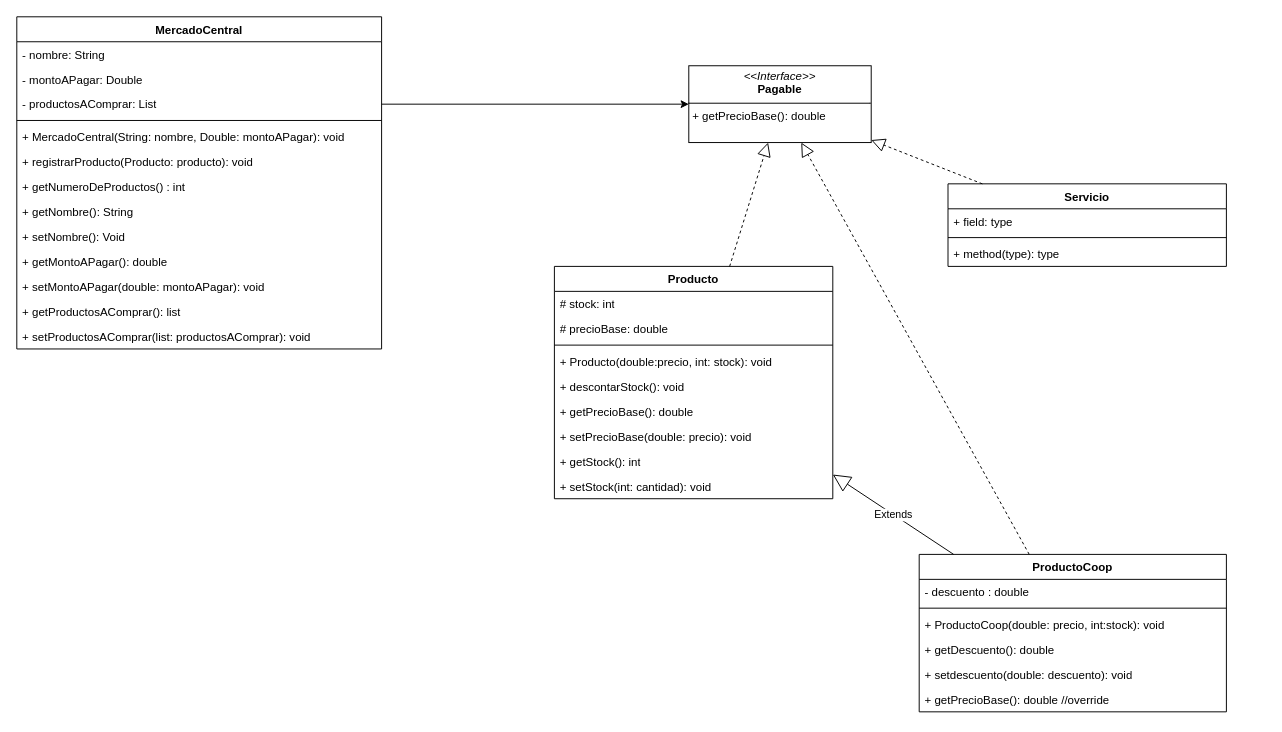
Rodriexze/unqui-po2-ojeda keeps this draw.io diagram as src/tp5/Tp5-UML.drawio. Above is the earlier version. Source tidied: cells renumbered, new cells numbered last; positions are measured from the earlier drawing's top-left corner, leaving out a move shared by most shapes. Both pictures are drawn from the tidied source at 96%, with x=0, y=0 at pixel (16, 16).
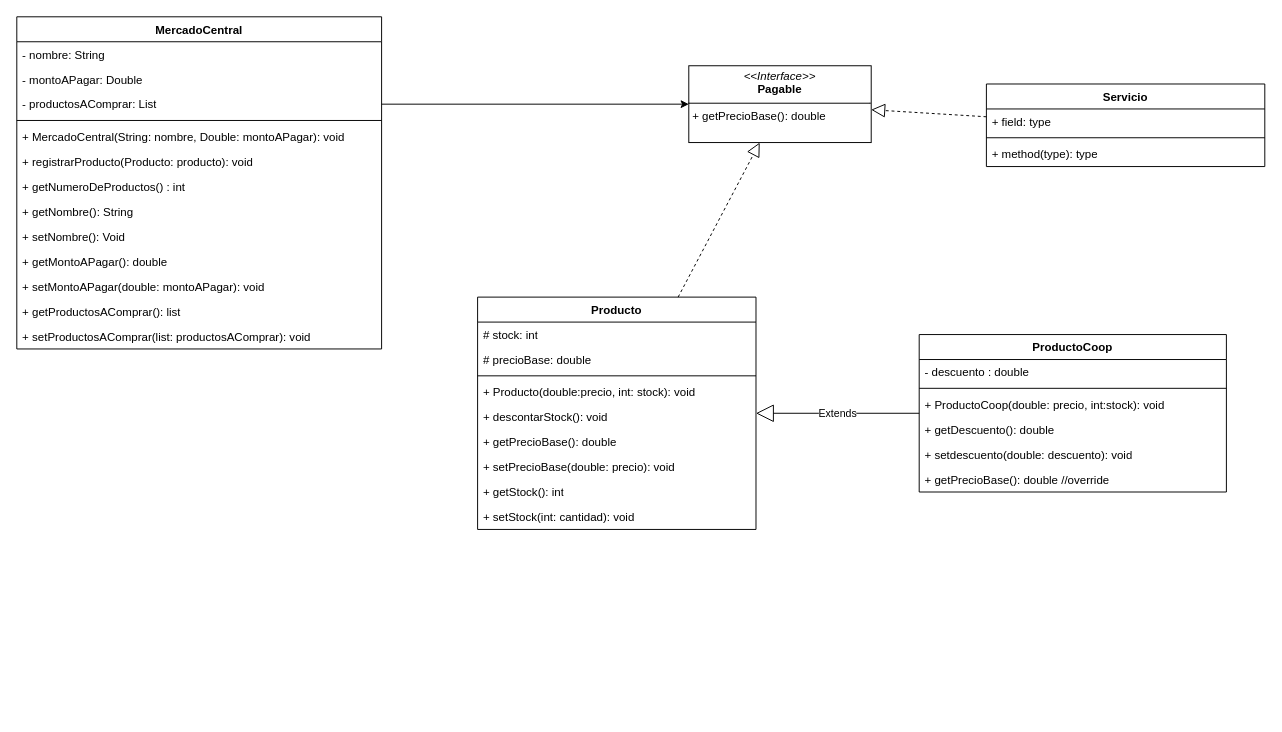
The same page after the edit.

The change refers to these unchanged cells:
```xml
<mxCell id="35" value="&lt;p style=&quot;margin:0px;margin-top:4px;text-align:center;&quot;&gt;&lt;i&gt;&amp;lt;&amp;lt;Interface&amp;gt;&amp;gt;&lt;/i&gt;&lt;br&gt;&lt;b&gt;Pagable&lt;/b&gt;&lt;/p&gt;&lt;hr size=&quot;1&quot; style=&quot;border-style:solid;&quot;&gt;&lt;p style=&quot;margin:0px;margin-left:4px;&quot;&gt;&lt;span style=&quot;background-color: transparent; color: light-dark(rgb(0, 0, 0), rgb(255, 255, 255));&quot;&gt;+ getPrecioBase(): double&lt;/span&gt;&lt;/p&gt;" style="verticalAlign=top;align=left;overflow=fill;html=1;whiteSpace=wrap;" parent="1" vertex="1">
  <mxGeometry x="700" y="51" width="190" height="80" as="geometry" />
</mxCell>
```

Diff of the diagram source:
```diff
@@
     <mxCell id="16" value="Producto" style="swimlane;fontStyle=1;align=center;verticalAlign=top;horizontal=1;startSize=26;whiteSpace=wrap;html=1;" parent="1" vertex="1">
-      <mxGeometry x="560" y="260" width="290" height="242" as="geometry" />
+      <mxGeometry x="480" y="292" width="290" height="242" as="geometry" />
     </mxCell>
@@
     <mxCell id="27" value="ProductoCoop" style="swimlane;fontStyle=1;align=center;verticalAlign=top;horizontal=1;startSize=26;whiteSpace=wrap;html=1;" parent="1" vertex="1">
-      <mxGeometry x="940" y="560" width="320" height="164" as="geometry" />
+      <mxGeometry x="940" y="331" width="320" height="164" as="geometry" />
     </mxCell>
@@
-    <mxCell id="37" style="endArrow=block;dashed=1;endFill=0;endSize=12;html=1;rounded=0;" parent="1" edge="1" source="27" target="35">
-      <mxGeometry relative="1" as="geometry" />
-    </mxCell>
     <mxCell id="38" value="Servicio" style="swimlane;fontStyle=1;align=center;verticalAlign=top;horizontal=1;startSize=26;whiteSpace=wrap;html=1;" parent="1" vertex="1">
-      <mxGeometry x="970" y="174" width="290" height="86" as="geometry" />
+      <mxGeometry x="1010" y="70" width="290" height="86" as="geometry" />
     </mxCell>
```
